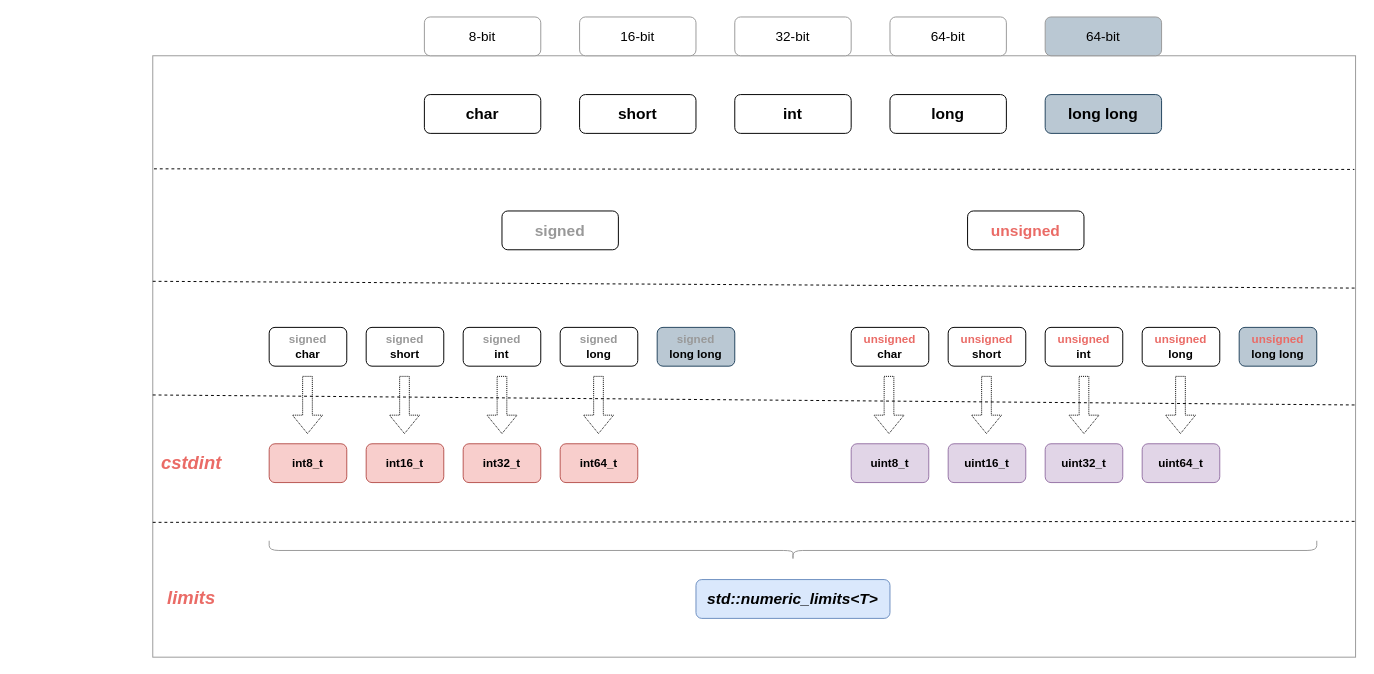
Above: c++/integer.drawio in alanzhai219/code-snippet (draw.io), before the change. Source tidied: cells renumbered, new cells numbered last; positions are measured from the earlier drawing's top-left corner, leaving out a move shared by most shapes. Both pictures are drawn from the tidied source at 97%, with x=0, y=0 at pixel (152, 16).
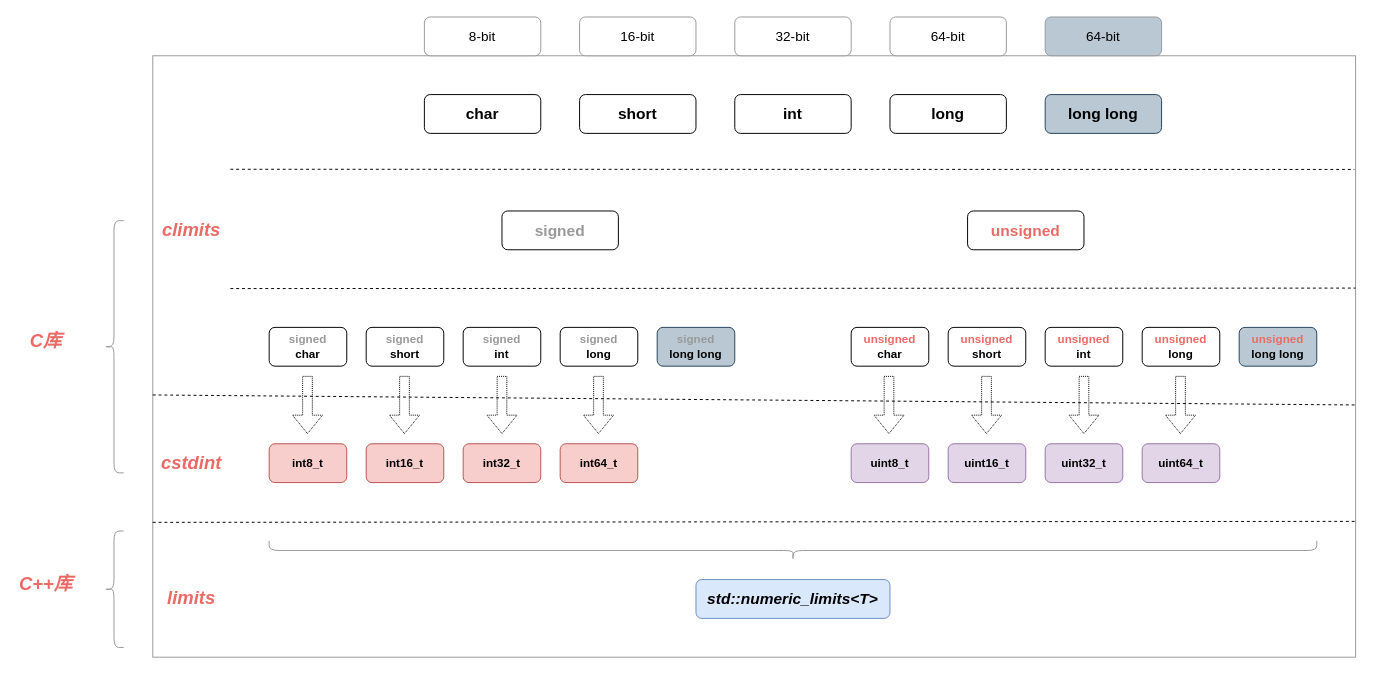
After the change.

The change refers to these unchanged cells:
```xml
<mxCell id="2" style="rounded=0;whiteSpace=wrap;html=1;fontSize=14;fontColor=#EA6B66;strokeColor=#999999;fillColor=none;" parent="1" vertex="1">
  <mxGeometry y="40" width="1240" height="620" as="geometry" />
</mxCell>
```

Change to the diagram source:
```diff
@@
-    <mxCell id="33" style="endArrow=none;dashed=1;html=1;rounded=0;fontSize=14;fontColor=#EA6B66;entryX=0.999;entryY=0.189;entryDx=0;entryDy=0;exitX=0.001;exitY=0.188;exitDx=0;exitDy=0;exitPerimeter=0;entryPerimeter=0;" parent="1" edge="1" source="2" target="2">
-      <mxGeometry relative="1" as="geometry" />
+    <mxCell id="33" style="endArrow=none;dashed=1;html=1;rounded=0;fontSize=14;fontColor=#EA6B66;entryX=0.999;entryY=0.189;entryDx=0;entryDy=0;entryPerimeter=0;" parent="1" edge="1" target="2">
+      <mxGeometry relative="1" as="geometry">
+        <mxPoint x="80" y="157" as="sourcePoint" />
+      </mxGeometry>
     </mxCell>
-    <mxCell id="34" style="endArrow=none;dashed=1;html=1;rounded=0;fontSize=14;fontColor=#EA6B66;entryX=1;entryY=0.25;entryDx=0;entryDy=0;exitX=0;exitY=0.375;exitDx=0;exitDy=0;exitPerimeter=0;" parent="1" edge="1" source="2">
+    <mxCell id="34" style="endArrow=none;dashed=1;html=1;rounded=0;fontSize=14;fontColor=#EA6B66;entryX=1;entryY=0.25;entryDx=0;entryDy=0;" parent="1" edge="1">
       <mxGeometry relative="1" as="geometry">
+        <mxPoint x="80" y="280" as="sourcePoint" />
         <mxPoint x="1240" y="279.5" as="targetPoint" />
       </mxGeometry>
     </mxCell>
@@
+    <mxCell id="49" value="&lt;b&gt;&lt;i&gt;&lt;font style=&quot;font-size: 19px&quot;&gt;climits&lt;/font&gt;&lt;/i&gt;&lt;/b&gt;" style="text;html=1;strokeColor=none;fillColor=none;align=center;verticalAlign=middle;whiteSpace=wrap;rounded=0;fontSize=14;fontColor=#EA6B66;" parent="1" vertex="1">
+      <mxGeometry x="10" y="205" width="60" height="30" as="geometry" />
+    </mxCell>
+    <mxCell id="50" style="shape=curlyBracket;whiteSpace=wrap;html=1;rounded=1;fontSize=19;fontColor=#EA6B66;strokeColor=#999999;fillColor=none;" parent="1" vertex="1">
+      <mxGeometry x="-50" y="210" width="20" height="260" as="geometry" />
+    </mxCell>
+    <mxCell id="51" value="&lt;b&gt;&lt;i&gt;&lt;font style=&quot;font-size: 19px&quot;&gt;C库&lt;/font&gt;&lt;/i&gt;&lt;/b&gt;" style="text;html=1;strokeColor=none;fillColor=none;align=center;verticalAlign=middle;whiteSpace=wrap;rounded=0;fontSize=14;fontColor=#EA6B66;" parent="1" vertex="1">
+      <mxGeometry x="-140" y="320" width="60" height="30" as="geometry" />
+    </mxCell>
+    <mxCell id="52" value="&lt;b&gt;&lt;i&gt;&lt;font style=&quot;font-size: 19px&quot;&gt;C++库&lt;/font&gt;&lt;/i&gt;&lt;/b&gt;" style="text;html=1;strokeColor=none;fillColor=none;align=center;verticalAlign=middle;whiteSpace=wrap;rounded=0;fontSize=14;fontColor=#EA6B66;" parent="1" vertex="1">
+      <mxGeometry x="-140" y="570" width="60" height="30" as="geometry" />
+    </mxCell>
+    <mxCell id="53" style="shape=curlyBracket;whiteSpace=wrap;html=1;rounded=1;fontSize=19;fontColor=#EA6B66;strokeColor=#999999;fillColor=none;" parent="1" vertex="1">
+      <mxGeometry x="-50" y="530" width="20" height="120" as="geometry" />
+    </mxCell>
```
